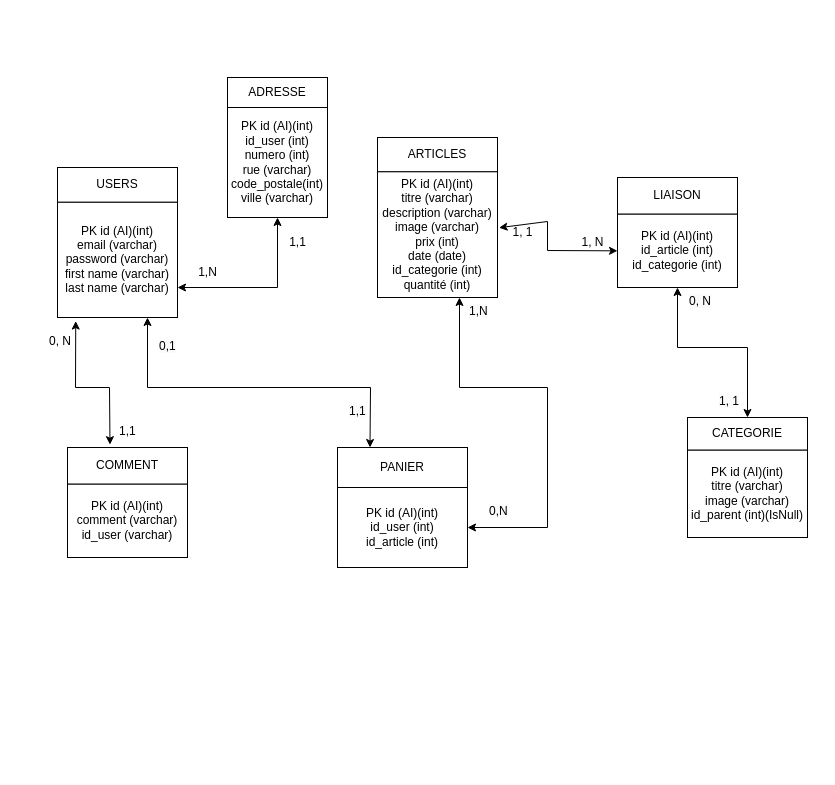
Before: maquette/SCHEMA_EN_UML.drawio in Luxanna23/boutique-en-ligne, a draw.io diagram. Source tidied: cells renumbered, new cells numbered last; positions are measured from the earlier drawing's top-left corner, leaving out a move shared by most shapes. Both pictures are drawn from the tidied source at 100%, with x=0, y=0 at pixel (47, 77).
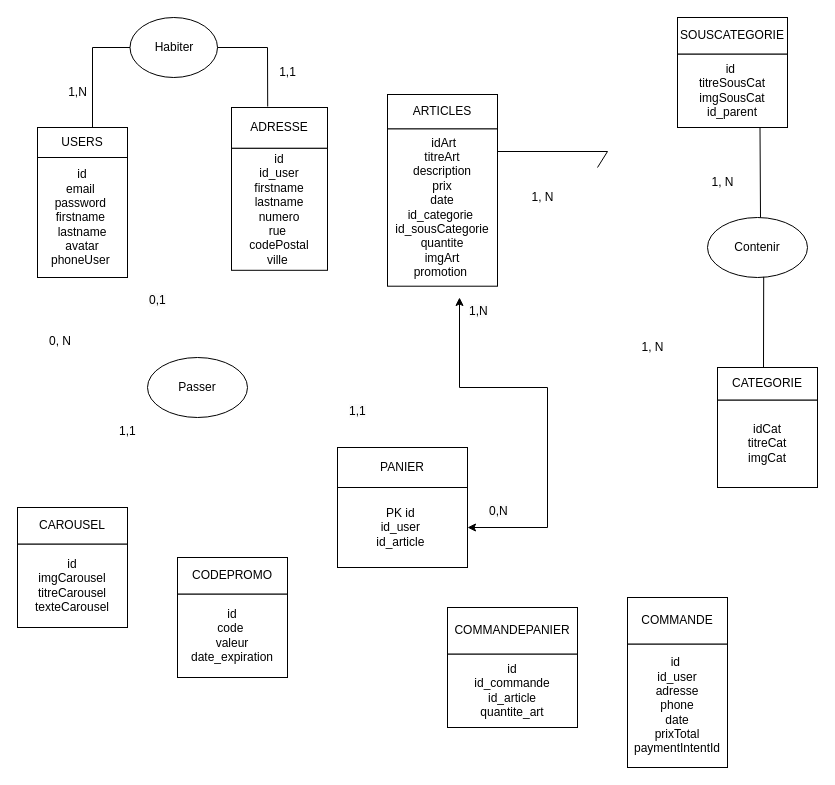
After the change.

Unchanged cells that the change refers to:
```xml
<mxCell id="5" style="group;" parent="1" vertex="1">
  <mxGeometry x="290" y="370" width="130" height="120" as="geometry" />
</mxCell>
<mxCell id="6" value="PANIER" style="rounded=0;whiteSpace=wrap;html=1;" parent="5" vertex="1">
  <mxGeometry width="130" height="40" as="geometry" />
</mxCell>
<mxCell id="14" style="group;" parent="1" vertex="1">
  <mxGeometry x="10" y="90" width="120" height="150" as="geometry" />
</mxCell>
```

Change to the diagram source:
```diff
@@
     <mxCell id="2" style="group;" parent="1" vertex="1">
-      <mxGeometry x="20" y="370" width="120" height="110" as="geometry" />
+      <mxGeometry x="-10" y="430" width="90" height="120" as="geometry" />
     </mxCell>
-    <mxCell id="3" value="COMMENT" style="rounded=0;whiteSpace=wrap;html=1;" parent="2" vertex="1">
-      <mxGeometry width="120" height="36.7" as="geometry" />
+    <mxCell id="3" value="CAROUSEL" style="rounded=0;whiteSpace=wrap;html=1;" parent="2" vertex="1">
+      <mxGeometry x="-20" width="110" height="36.7" as="geometry" />
     </mxCell>
-    <mxCell id="4" value="PK id (AI)(int)&lt;br&gt;comment (varchar)&lt;br&gt;id_user (varchar)" style="rounded=0;whiteSpace=wrap;html=1;" parent="2" vertex="1">
-      <mxGeometry y="36.7" width="120" height="73.3" as="geometry" />
+    <mxCell id="4" value="&amp;nbsp;id&amp;nbsp;&lt;br&gt;imgCarousel&lt;br&gt;titreCarousel&lt;br&gt;texteCarousel" style="rounded=0;whiteSpace=wrap;html=1;" parent="2" vertex="1">
+      <mxGeometry x="-20" y="36.7" width="110" height="83.3" as="geometry" />
     </mxCell>
@@
-    <mxCell id="7" value="PK id (AI)(int)&lt;br&gt;id_user (int)&lt;br&gt;id_article (int)" style="rounded=0;whiteSpace=wrap;html=1;" parent="5" vertex="1">
+    <mxCell id="7" value="PK id&amp;nbsp;&lt;br&gt;id_user&amp;nbsp;&lt;br&gt;id_article&amp;nbsp;" style="rounded=0;whiteSpace=wrap;html=1;" parent="5" vertex="1">
       <mxGeometry y="40" width="130" height="80" as="geometry" />
     </mxCell>
     <mxCell id="8" style="group;" parent="1" vertex="1">
-      <mxGeometry x="640" y="340" width="120" height="120" as="geometry" />
+      <mxGeometry x="670" y="290" width="100" height="120" as="geometry" />
     </mxCell>
     <mxCell id="9" value="CATEGORIE" style="rounded=0;whiteSpace=wrap;html=1;" parent="8" vertex="1">
-      <mxGeometry width="120" height="32.7" as="geometry" />
+      <mxGeometry width="100" height="32.7" as="geometry" />
     </mxCell>
-    <mxCell id="10" value="PK id (AI)(int)&lt;br&gt;titre (varchar)&lt;br&gt;image (varchar)&lt;br&gt;id_parent (int)(IsNull)" style="rounded=0;whiteSpace=wrap;html=1;" parent="8" vertex="1">
-      <mxGeometry y="32.7" width="120" height="87.3" as="geometry" />
+    <mxCell id="10" value="idCat&lt;br&gt;titreCat&lt;br&gt;imgCat" style="rounded=0;whiteSpace=wrap;html=1;" parent="8" vertex="1">
+      <mxGeometry y="32.7" width="100" height="87.3" as="geometry" />
     </mxCell>
     <mxCell id="11" style="group;" parent="1" vertex="1">
-      <mxGeometry x="330" y="60" width="120" height="160" as="geometry" />
+      <mxGeometry x="330" y="40" width="120" height="180" as="geometry" />
     </mxCell>
+    <mxCell id="13" value="&amp;nbsp;idArt&lt;br&gt;titreArt&lt;br&gt;description &lt;br&gt;prix&lt;br&gt;date&lt;br&gt;id_categorie&amp;nbsp;&lt;br&gt;id_sousCategorie&lt;br&gt;quantite&lt;br&gt;imgArt&lt;br&gt;promotion&amp;nbsp;" style="rounded=0;whiteSpace=wrap;html=1;" parent="11" vertex="1">
+      <mxGeometry x="10" y="11.2" width="110" height="157.5" as="geometry" />
+    </mxCell>
     <mxCell id="12" value="ARTICLES" style="rounded=0;whiteSpace=wrap;html=1;" parent="11" vertex="1">
-      <mxGeometry width="120" height="34.3" as="geometry" />
+      <mxGeometry x="10" y="-23" width="110" height="34.3" as="geometry" />
     </mxCell>
-    <mxCell id="13" value="PK id (AI)(int)&lt;br&gt;titre (varchar)&lt;br&gt;description (varchar)&lt;br&gt;image (varchar)&lt;br&gt;prix (int)&lt;br&gt;date (date)&lt;br&gt;id_categorie (int)&lt;br&gt;quantité (int)" style="rounded=0;whiteSpace=wrap;html=1;" parent="11" vertex="1">
-      <mxGeometry y="34.3" width="120" height="125.7" as="geometry" />
-    </mxCell>
@@
-    <mxCell id="15" value="PK id (AI)(int)&lt;br&gt;email (varchar)&lt;br&gt;password (varchar)&lt;br&gt;first name (varchar)&lt;br&gt;last name (varchar)" style="rounded=0;whiteSpace=wrap;html=1;" parent="14" vertex="1">
-      <mxGeometry y="34.6" width="120" height="115.4" as="geometry" />
+    <mxCell id="15" value="id&lt;br&gt;email&amp;nbsp;&lt;br&gt;password&amp;nbsp;&lt;br&gt;firstname&amp;nbsp;&lt;br&gt;lastname&lt;br&gt;avatar&lt;br&gt;phoneUser&amp;nbsp;" style="rounded=0;whiteSpace=wrap;html=1;" parent="14" vertex="1">
+      <mxGeometry x="-20" y="-10" width="90" height="120" as="geometry" />
     </mxCell>
-    <mxCell id="16" value="USERS" style="rounded=0;whiteSpace=wrap;html=1;" parent="14" vertex="1">
-      <mxGeometry width="120" height="34.6" as="geometry" />
-    </mxCell>
-    <mxCell id="17" style="group;" parent="1" vertex="1">
-      <mxGeometry x="570" y="100" width="120" height="110" as="geometry" />
-    </mxCell>
-    <mxCell id="18" value="LIAISON" style="rounded=0;whiteSpace=wrap;html=1;" parent="17" vertex="1">
-      <mxGeometry width="120" height="36.7" as="geometry" />
-    </mxCell>
-    <mxCell id="19" value="PK id (AI)(int)&lt;br&gt;id_article (int)&lt;br&gt;id_categorie (int)" style="rounded=0;whiteSpace=wrap;html=1;" parent="17" vertex="1">
-      <mxGeometry y="36.7" width="120" height="73.3" as="geometry" />
-    </mxCell>
-    <mxCell id="20" style="endArrow=classic;startArrow=classic;html=1;rounded=0;entryX=0;entryY=0.5;entryDx=0;entryDy=0;exitX=1.013;exitY=0.445;exitDx=0;exitDy=0;exitPerimeter=0;" parent="1" edge="1" source="13" target="19">
-      <mxGeometry relative="1" as="geometry">
-        <Array as="points">
-          <mxPoint x="500" y="144" />
-          <mxPoint x="500" y="173" />
-        </Array>
-      </mxGeometry>
-    </mxCell>
-    <mxCell id="21" style="endArrow=classic;startArrow=classic;html=1;rounded=0;exitX=0.5;exitY=0;exitDx=0;exitDy=0;entryX=0.5;entryY=1;entryDx=0;entryDy=0;" parent="1" edge="1" source="9" target="19">
-      <mxGeometry relative="1" as="geometry">
-        <Array as="points">
-          <mxPoint x="700" y="270" />
-          <mxPoint x="630" y="270" />
-        </Array>
-      </mxGeometry>
-    </mxCell>
+    <mxCell id="25" value="&lt;span style=&quot;color: rgb(0, 0, 0); font-family: Helvetica; font-size: 12px; font-style: normal; font-variant-ligatures: normal; font-variant-caps: normal; font-weight: 400; letter-spacing: normal; orphans: 2; text-align: center; text-indent: 0px; text-transform: none; widows: 2; word-spacing: 0px; -webkit-text-stroke-width: 0px; background-color: rgb(251, 251, 251); text-decoration-thickness: initial; text-decoration-style: initial; text-decoration-color: initial; float: none; display: inline !important;&quot;&gt;0,1&lt;/span&gt;" style="text;whiteSpace=wrap;html=1;" parent="14" vertex="1">
+      <mxGeometry x="90" y="118.8" width="30" height="30" as="geometry" />
+    </mxCell>
     <mxCell id="22" value="1, N" style="text;html=1;align=center;verticalAlign=middle;strokeColor=none;fillColor=none;" parent="1" vertex="1">
-      <mxGeometry x="520" y="150" width="50" height="30" as="geometry" />
+      <mxGeometry x="470" y="105" width="50" height="30" as="geometry" />
     </mxCell>
-    <mxCell id="23" value="&lt;span style=&quot;color: rgb(0, 0, 0); font-family: Helvetica; font-size: 12px; font-style: normal; font-variant-ligatures: normal; font-variant-caps: normal; font-weight: 400; letter-spacing: normal; orphans: 2; text-align: center; text-indent: 0px; text-transform: none; widows: 2; word-spacing: 0px; -webkit-text-stroke-width: 0px; background-color: rgb(251, 251, 251); text-decoration-thickness: initial; text-decoration-style: initial; text-decoration-color: initial; float: none; display: inline !important;&quot;&gt;1, 1&lt;/span&gt;" style="text;whiteSpace=wrap;html=1;" parent="1" vertex="1">
-      <mxGeometry x="670" y="310" width="40" height="30" as="geometry" />
-    </mxCell>
@@
-    <mxCell id="25" value="&lt;span style=&quot;color: rgb(0, 0, 0); font-family: Helvetica; font-size: 12px; font-style: normal; font-variant-ligatures: normal; font-variant-caps: normal; font-weight: 400; letter-spacing: normal; orphans: 2; text-align: center; text-indent: 0px; text-transform: none; widows: 2; word-spacing: 0px; -webkit-text-stroke-width: 0px; background-color: rgb(251, 251, 251); text-decoration-thickness: initial; text-decoration-style: initial; text-decoration-color: initial; float: none; display: inline !important;&quot;&gt;0,1&lt;/span&gt;" style="text;whiteSpace=wrap;html=1;" parent="1" vertex="1">
-      <mxGeometry x="110" y="255" width="30" height="30" as="geometry" />
-    </mxCell>
@@
-    <mxCell id="28" style="endArrow=classic;startArrow=classic;html=1;rounded=0;entryX=0.25;entryY=0;entryDx=0;entryDy=0;" parent="1" edge="1" target="6">
-      <mxGeometry relative="1" as="geometry">
-        <mxPoint x="100" y="240" as="sourcePoint" />
-        <Array as="points">
-          <mxPoint x="100" y="310" />
-          <mxPoint x="323" y="310" />
-        </Array>
-      </mxGeometry>
-    </mxCell>
-    <mxCell id="29" style="endArrow=classic;startArrow=classic;html=1;rounded=0;entryX=0.152;entryY=1.031;entryDx=0;entryDy=0;entryPerimeter=0;exitX=0.354;exitY=-0.077;exitDx=0;exitDy=0;exitPerimeter=0;" parent="1" edge="1" source="3" target="15">
-      <mxGeometry relative="1" as="geometry">
-        <Array as="points">
-          <mxPoint x="62" y="310" />
-          <mxPoint x="28" y="310" />
-        </Array>
-      </mxGeometry>
-    </mxCell>
@@
-    <mxCell id="33" value="1, 1" style="text;html=1;align=center;verticalAlign=middle;strokeColor=none;fillColor=none;" parent="1" vertex="1">
-      <mxGeometry x="455" y="140" width="40" height="30" as="geometry" />
-    </mxCell>
-    <mxCell id="34" value="&lt;span style=&quot;color: rgb(0, 0, 0); font-family: Helvetica; font-size: 12px; font-style: normal; font-variant-ligatures: normal; font-variant-caps: normal; font-weight: 400; letter-spacing: normal; orphans: 2; text-align: center; text-indent: 0px; text-transform: none; widows: 2; word-spacing: 0px; -webkit-text-stroke-width: 0px; background-color: rgb(251, 251, 251); text-decoration-thickness: initial; text-decoration-style: initial; text-decoration-color: initial; float: none; display: inline !important;&quot;&gt;0, N&lt;/span&gt;" style="text;whiteSpace=wrap;html=1;" parent="1" vertex="1">
-      <mxGeometry x="640" y="210" width="40" height="30" as="geometry" />
-    </mxCell>
     <mxCell id="35" style="group;" parent="1" vertex="1">
-      <mxGeometry x="180" width="100" height="140" as="geometry" />
+      <mxGeometry x="160" y="30" width="120" height="190" as="geometry" />
     </mxCell>
-    <mxCell id="36" value="PK id (AI)(int)&lt;br&gt;id_user (int)&lt;br&gt;numero (int)&lt;br&gt;rue (varchar)&lt;br&gt;code_postale(int)&lt;br&gt;ville (varchar)" style="rounded=0;whiteSpace=wrap;html=1;" parent="35" vertex="1">
-      <mxGeometry y="30" width="100" height="110" as="geometry" />
+    <mxCell id="36" value="&amp;nbsp;id&amp;nbsp;&lt;br&gt;id_user &lt;br&gt;firstname&lt;br&gt;lastname&lt;br&gt;numero&lt;br&gt;rue&amp;nbsp;&lt;br&gt;codePostal&lt;br&gt;ville&amp;nbsp;" style="rounded=0;whiteSpace=wrap;html=1;" parent="35" vertex="1">
+      <mxGeometry x="24" y="40.7" width="96" height="122.1" as="geometry" />
     </mxCell>
     <mxCell id="37" value="ADRESSE" style="rounded=0;whiteSpace=wrap;html=1;" parent="35" vertex="1">
-      <mxGeometry width="100" height="30" as="geometry" />
+      <mxGeometry x="24" width="96" height="40.7" as="geometry" />
     </mxCell>
-    <mxCell id="38" style="endArrow=classic;startArrow=classic;html=1;rounded=0;entryX=0.5;entryY=1;entryDx=0;entryDy=0;" parent="1" edge="1" target="36">
-      <mxGeometry relative="1" as="geometry">
-        <mxPoint x="130" y="210" as="sourcePoint" />
-        <Array as="points">
-          <mxPoint x="230" y="210" />
-        </Array>
-      </mxGeometry>
-    </mxCell>
     <mxCell id="39" value="1,1" style="text;html=1;align=center;verticalAlign=middle;strokeColor=none;fillColor=none;" parent="1" vertex="1">
-      <mxGeometry x="230" y="150" width="40" height="30" as="geometry" />
+      <mxGeometry x="220" y="-20" width="40" height="30" as="geometry" />
     </mxCell>
+    <mxCell id="41" value="Habiter" style="ellipse;whiteSpace=wrap;html=1;" parent="1" vertex="1">
+      <mxGeometry x="82.5" y="-60" width="87.5" height="60" as="geometry" />
+    </mxCell>
+    <mxCell id="42" style="endArrow=none;html=1;rounded=0;entryX=0.377;entryY=-0.023;entryDx=0;entryDy=0;entryPerimeter=0;" parent="1" edge="1" target="37">
+      <mxGeometry relative="1" as="geometry">
+        <mxPoint x="170" y="-30" as="sourcePoint" />
+        <Array as="points">
+          <mxPoint x="220" y="-30" />
+        </Array>
+      </mxGeometry>
+    </mxCell>
     <mxCell id="40" value="1,N" style="text;html=1;align=center;verticalAlign=middle;strokeColor=none;fillColor=none;" parent="1" vertex="1">
-      <mxGeometry x="140" y="180" width="40" height="30" as="geometry" />
+      <mxGeometry x="10" width="40" height="30" as="geometry" />
     </mxCell>
+    <mxCell id="16" value="USERS" style="rounded=0;whiteSpace=wrap;html=1;" parent="1" vertex="1">
+      <mxGeometry x="-10" y="50" width="90" height="30" as="geometry" />
+    </mxCell>
+    <mxCell id="43" style="endArrow=none;html=1;rounded=0;entryX=0;entryY=0.5;entryDx=0;entryDy=0;" parent="1" edge="1" target="41">
+      <mxGeometry relative="1" as="geometry">
+        <mxPoint x="45" y="50" as="sourcePoint" />
+        <Array as="points">
+          <mxPoint x="45" y="-30" />
+        </Array>
+      </mxGeometry>
+    </mxCell>
+    <mxCell id="18" value="SOUSCATEGORIE" style="rounded=0;whiteSpace=wrap;html=1;" parent="1" vertex="1">
+      <mxGeometry x="630" y="-60" width="110" height="36.7" as="geometry" />
+    </mxCell>
+    <mxCell id="19" value="id&amp;nbsp;&lt;br&gt;titreSousCat&lt;br&gt;imgSousCat&lt;br&gt;id_parent" style="rounded=0;whiteSpace=wrap;html=1;" parent="1" vertex="1">
+      <mxGeometry x="630" y="-23.3" width="110" height="73.3" as="geometry" />
+    </mxCell>
+    <mxCell id="44" value="Contenir" style="ellipse;whiteSpace=wrap;html=1;" parent="1" vertex="1">
+      <mxGeometry x="660" y="140" width="100" height="60" as="geometry" />
+    </mxCell>
+    <mxCell id="45" style="endArrow=none;html=1;rounded=0;" parent="1" edge="1">
+      <mxGeometry relative="1" as="geometry">
+        <mxPoint x="450" y="74" as="sourcePoint" />
+        <mxPoint x="550" y="90" as="targetPoint" />
+        <Array as="points">
+          <mxPoint x="560" y="74" />
+        </Array>
+      </mxGeometry>
+    </mxCell>
+    <mxCell id="46" style="endArrow=none;html=1;rounded=0;entryX=0.75;entryY=1;entryDx=0;entryDy=0;" parent="1" edge="1" target="19">
+      <mxGeometry relative="1" as="geometry">
+        <mxPoint x="713" y="140" as="sourcePoint" />
+      </mxGeometry>
+    </mxCell>
+    <mxCell id="47" style="endArrow=none;html=1;rounded=0;exitX=0.562;exitY=0.989;exitDx=0;exitDy=0;exitPerimeter=0;" parent="1" edge="1" source="44">
+      <mxGeometry relative="1" as="geometry">
+        <mxPoint x="716" y="290" as="targetPoint" />
+      </mxGeometry>
+    </mxCell>
+    <mxCell id="48" value="1, N" style="text;html=1;align=center;verticalAlign=middle;strokeColor=none;fillColor=none;" parent="1" vertex="1">
+      <mxGeometry x="650" y="90" width="50" height="30" as="geometry" />
+    </mxCell>
+    <mxCell id="49" value="1, N" style="text;html=1;align=center;verticalAlign=middle;strokeColor=none;fillColor=none;" parent="1" vertex="1">
+      <mxGeometry x="580" y="255" width="50" height="30" as="geometry" />
+    </mxCell>
+    <mxCell id="50" style="group;" parent="1" vertex="1">
+      <mxGeometry x="130" y="480" width="110" height="120" as="geometry" />
+    </mxCell>
+    <mxCell id="51" value="CODEPROMO" style="rounded=0;whiteSpace=wrap;html=1;" parent="50" vertex="1">
+      <mxGeometry width="110" height="36.7" as="geometry" />
+    </mxCell>
+    <mxCell id="52" value="&amp;nbsp;id&amp;nbsp;&lt;br&gt;code&amp;nbsp;&lt;br&gt;valeur&lt;br&gt;date_expiration" style="rounded=0;whiteSpace=wrap;html=1;" parent="50" vertex="1">
+      <mxGeometry y="36.7" width="110" height="83.3" as="geometry" />
+    </mxCell>
+    <mxCell id="53" style="group;" parent="1" vertex="1">
+      <mxGeometry x="580" y="530" width="100" height="160" as="geometry" />
+    </mxCell>
+    <mxCell id="54" value="COMMANDE" style="rounded=0;whiteSpace=wrap;html=1;" parent="53" vertex="1">
+      <mxGeometry y="-10" width="100" height="46.7" as="geometry" />
+    </mxCell>
+    <mxCell id="55" value="&amp;nbsp;id&amp;nbsp;&amp;nbsp;&lt;br&gt;id_user&lt;br&gt;adresse&lt;br&gt;phone&lt;br&gt;date&lt;br&gt;prixTotal&lt;br&gt;paymentIntentId" style="rounded=0;whiteSpace=wrap;html=1;" parent="53" vertex="1">
+      <mxGeometry y="36.7" width="100" height="123.3" as="geometry" />
+    </mxCell>
+    <mxCell id="56" style="group;" parent="1" vertex="1">
+      <mxGeometry x="400" y="540" width="130" height="110" as="geometry" />
+    </mxCell>
+    <mxCell id="57" value="COMMANDEPANIER" style="rounded=0;whiteSpace=wrap;html=1;" parent="56" vertex="1">
+      <mxGeometry y="-10" width="130" height="46.7" as="geometry" />
+    </mxCell>
+    <mxCell id="58" value="&amp;nbsp;id&amp;nbsp;&lt;br&gt;id_commande&lt;br&gt;id_article&lt;br&gt;quantite_art" style="rounded=0;whiteSpace=wrap;html=1;" parent="56" vertex="1">
+      <mxGeometry y="36.7" width="130" height="73.3" as="geometry" />
+    </mxCell>
+    <mxCell id="59" value="Passer" style="ellipse;whiteSpace=wrap;html=1;" parent="1" vertex="1">
+      <mxGeometry x="100" y="280" width="100" height="60" as="geometry" />
+    </mxCell>
```
